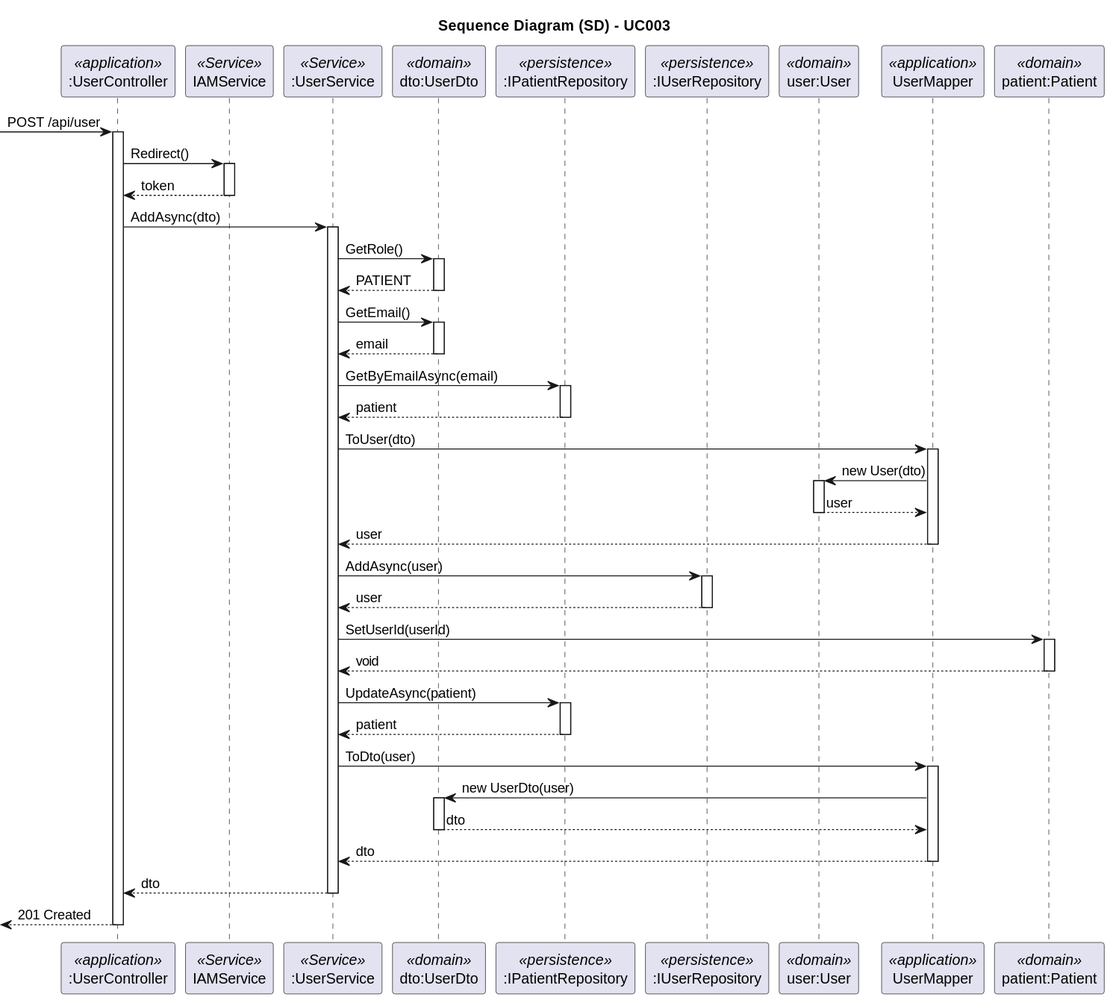
The PlantUML diagram docs/SprintA/UseCases/UC003/03.design/svg/uc003-sequence-diagram.svg in 1221124/sem5pi-24-25-g031, before a commit.
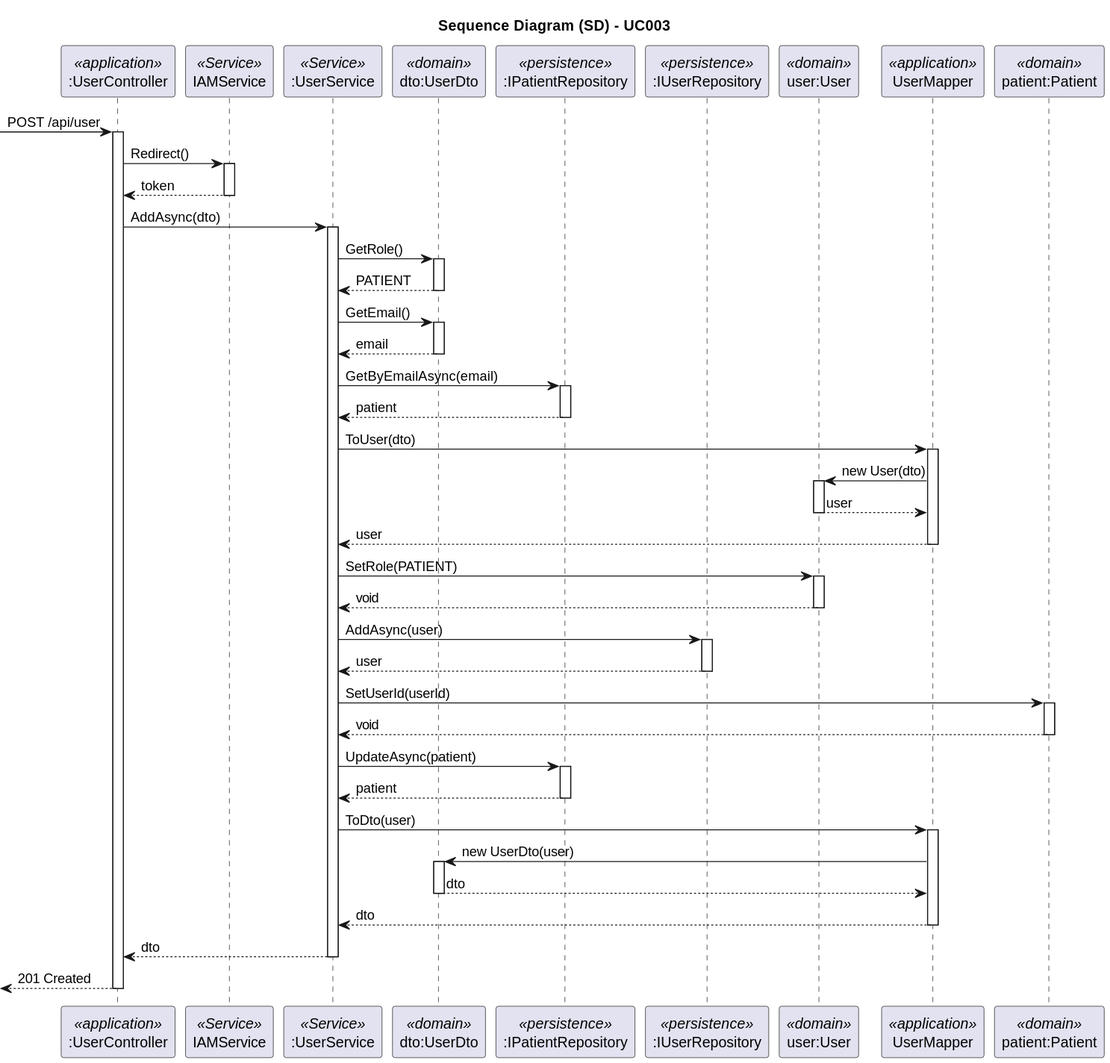
After the change.

Change to the diagram source:
```diff
@@ -73,6 +73,14 @@
 
         deactivate Mapper
 
+        Service -> User: SetRole(PATIENT)
+
+        activate User
+
+            User --> Service: void
+
+        deactivate User
+
         Service -> UserRepo: AddAsync(user)
 
         activate UserRepo
```
